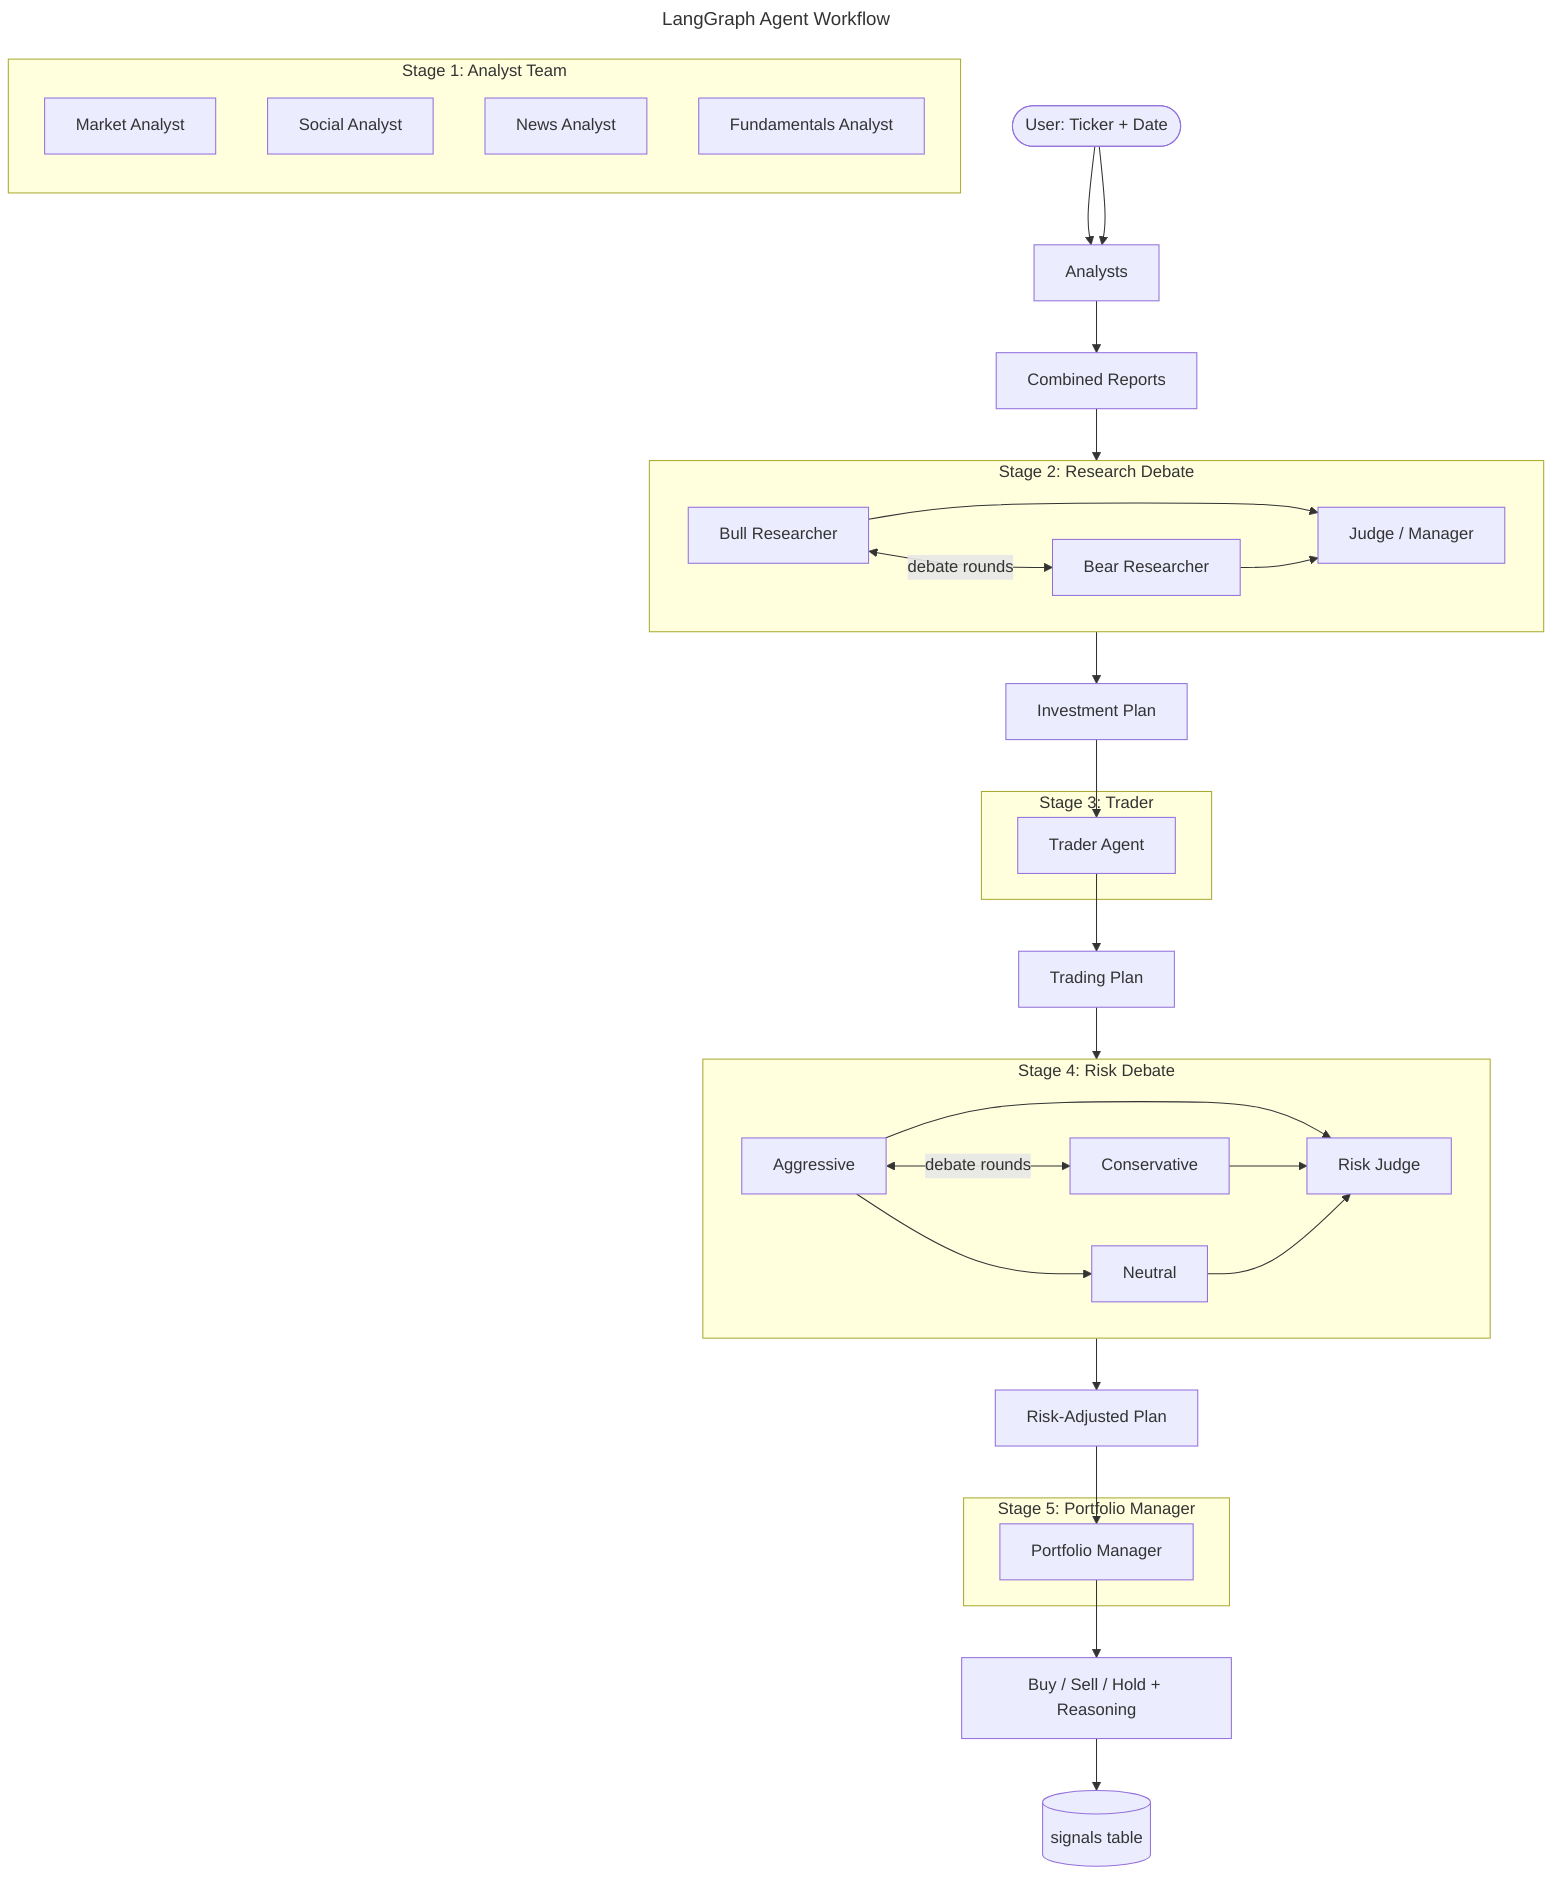
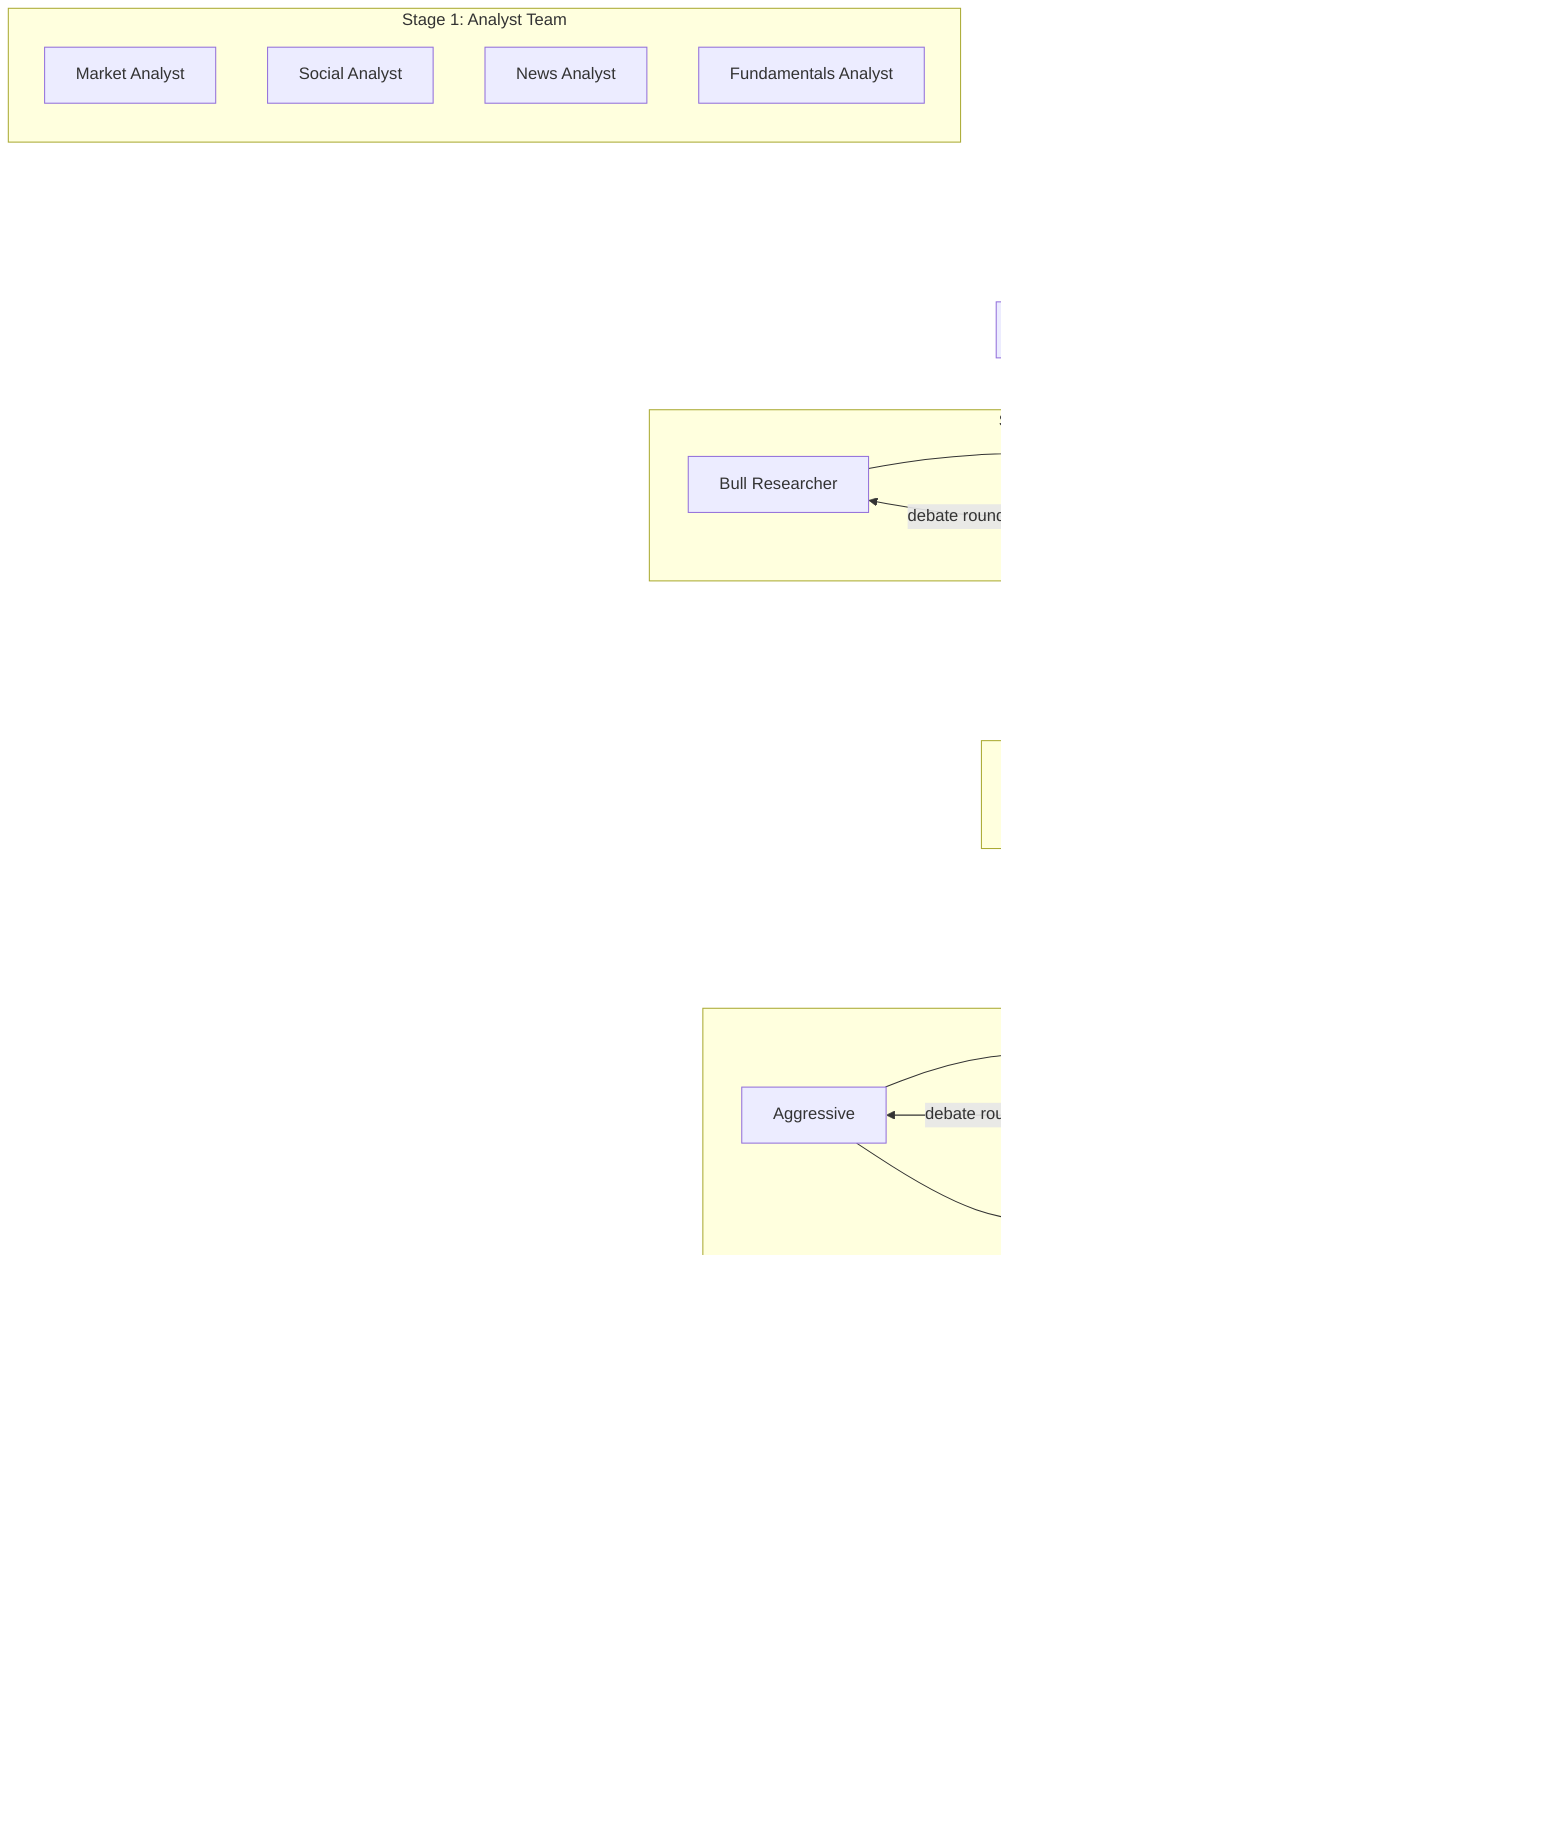
- ---
- title: "LangGraph Agent Workflow"
- description: "Flowchart of the TradingAgentsGraph pipeline: Analyst Team → Research Debate → Trader → Risk Debate → Portfolio Manager."
- ---
- 
```mermaid
flowchart TD
    Start([User: Ticker + Date]) --> Analysts

    subgraph Stage1[Stage 1: Analyst Team]
        direction TB
        MA[Market Analyst]
        SA[Social Analyst]
        NA[News Analyst]
        FA[Fundamentals Analyst]
    end

    Start --> Analysts
    Analysts --> Reports[Combined Reports]

    subgraph Stage2[Stage 2: Research Debate]
        direction LR
        Bull[Bull Researcher]
        Bear[Bear Researcher]
        Judge1[Judge / Manager]
        Bull <-->|debate rounds| Bear
        Bull --> Judge1
        Bear --> Judge1
    end

    Reports --> Stage2
    Judge1 --> InvestmentPlan[Investment Plan]

    subgraph Stage3[Stage 3: Trader]
        Trader[Trader Agent]
    end

    InvestmentPlan --> Trader
    Trader --> TradingPlan[Trading Plan]

    subgraph Stage4[Stage 4: Risk Debate]
        direction LR
        Agg[Aggressive]
        Con[Conservative]
        Neu[Neutral]
        Judge2[Risk Judge]
        Agg <-->|debate rounds| Con
        Agg --> Neu
        Agg --> Judge2
        Con --> Judge2
        Neu --> Judge2
    end

    TradingPlan --> Stage4
    Judge2 --> FinalRisk[Risk-Adjusted Plan]

    subgraph Stage5[Stage 5: Portfolio Manager]
        PM[Portfolio Manager]
    end

    FinalRisk --> PM
    PM --> Decision[Buy / Sell / Hold + Reasoning]
    Decision --> Save[(signals table)]
```
